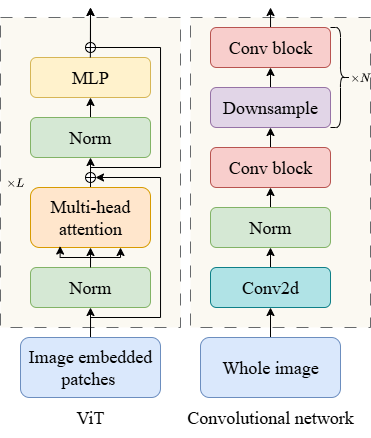
Earlier version of the draw.io export HeTu/siglip.png (TuuSiwei/paper_image). Source tidied: cells renumbered, new cells last; positions are measured from the earlier drawing's top-left corner, leaving out a move shared by most shapes.
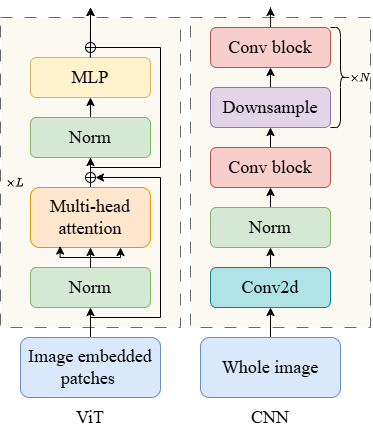
The same diagram one commit later.

The edit, as a diff of the source:
```diff
@@ -83,7 +83,7 @@
     <mxCell id="20" value="$$\times L$$" style="rounded=1;whiteSpace=wrap;html=1;fillColor=none;strokeColor=none;fontFamily=Times New Roman;" parent="1" vertex="1">
       <mxGeometry y="160" width="30" height="30" as="geometry" />
     </mxCell>
-    <mxCell id="21" value="&lt;font style=&quot;font-size: 18px;&quot;&gt;Convolutional&amp;nbsp;&lt;/font&gt;&lt;span style=&quot;font-size: 18px; background-color: transparent; color: light-dark(rgb(0, 0, 0), rgb(255, 255, 255));&quot;&gt;network&lt;/span&gt;" style="rounded=1;whiteSpace=wrap;html=1;fillColor=none;strokeColor=none;fontFamily=Times New Roman;" parent="1" vertex="1">
+    <mxCell id="21" value="&lt;span style=&quot;font-size: 18px;&quot;&gt;CNN&lt;/span&gt;" style="rounded=1;whiteSpace=wrap;html=1;fillColor=none;strokeColor=none;fontFamily=Times New Roman;" parent="1" vertex="1">
       <mxGeometry x="170" y="390" width="200" height="40" as="geometry" />
     </mxCell>
     <mxCell id="22" style="edgeStyle=orthogonalEdgeStyle;rounded=0;jettySize=auto;html=1;exitX=0.5;exitY=0;exitDx=0;exitDy=0;entryX=0.5;entryY=1;entryDx=0;entryDy=0;fontFamily=Times New Roman;" parent="1" edge="1" source="23" target="25">
```
